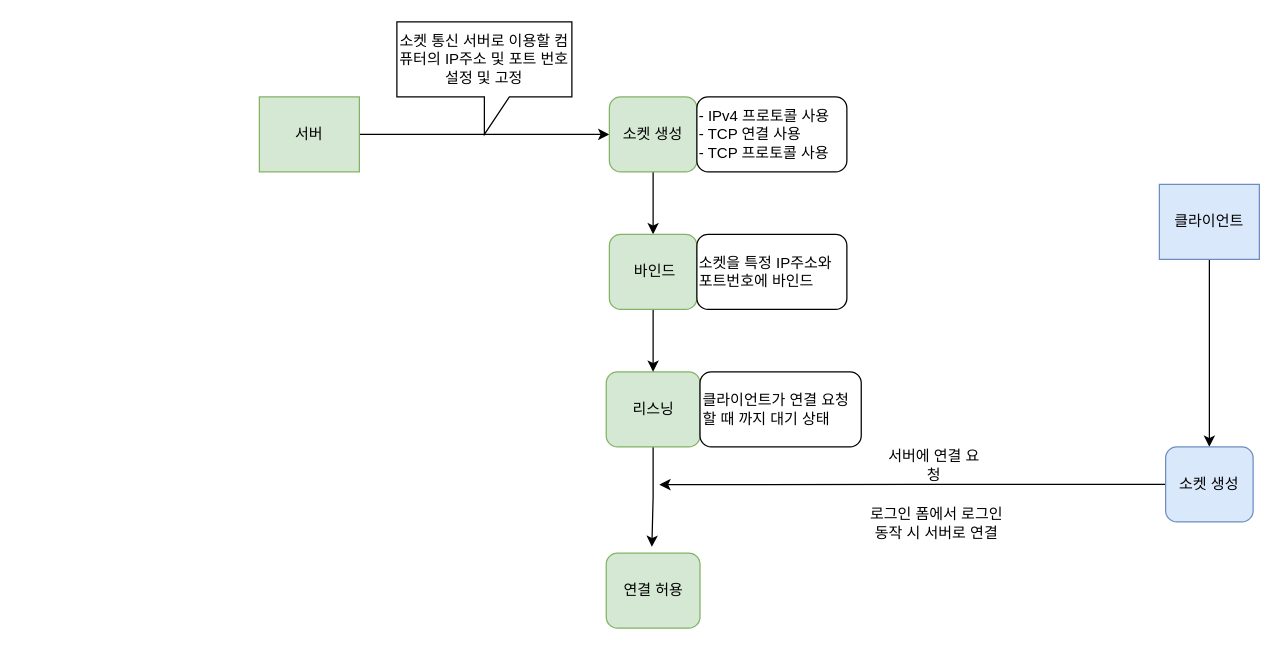
Above: 소켓 통신.drawio in jh051777/chat (draw.io), before the change. Source tidied: cells renumbered, new cells numbered last; positions are measured from the earlier drawing's top-left corner, leaving out a move shared by most shapes. Both pictures are drawn from the tidied source at 125%, with x=0, y=0 at pixel (259, 21).
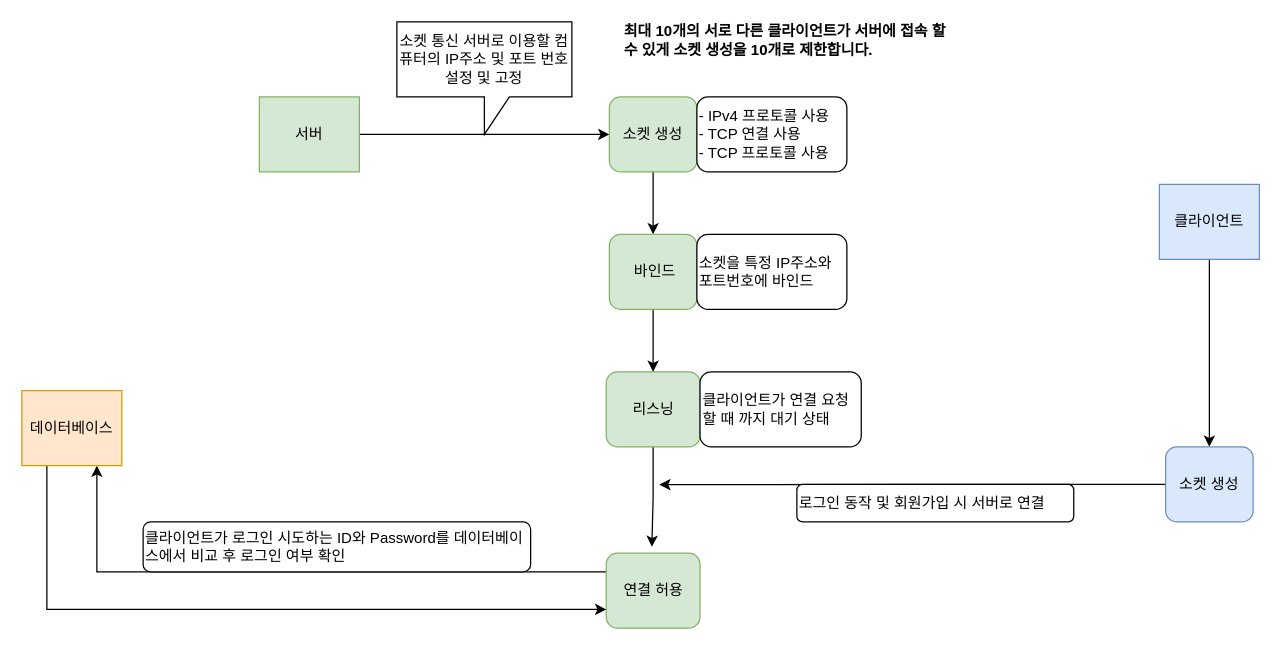
Above is the later version.

Commit message:
소켓 통신.drawio 업데이트

Unchanged cells that the change refers to:
```xml
<mxCell id="19" value="연결 허용" style="rounded=1;whiteSpace=wrap;html=1;fillColor=#d5e8d4;strokeColor=#82b366;" parent="1" vertex="1">
  <mxGeometry x="277.5" y="425" width="75" height="60" as="geometry" />
</mxCell>
```

Diff of the diagram source:
```diff
@@
-    <mxCell id="15" value="서버에 연결 요청" style="text;html=1;align=center;verticalAlign=middle;whiteSpace=wrap;rounded=0;" parent="1" vertex="1">
-      <mxGeometry x="500" y="340" width="80" height="30" as="geometry" />
-    </mxCell>
@@
+    <mxCell id="21" style="edgeStyle=orthogonalEdgeStyle;rounded=0;jettySize=auto;html=1;exitX=0;exitY=0.25;exitDx=0;exitDy=0;entryX=0.75;entryY=1;entryDx=0;entryDy=0;" parent="1" edge="1" source="19" target="24">
+      <mxGeometry relative="1" as="geometry" />
+    </mxCell>
@@
-    <mxCell id="20" value="로그인 폼에서 로그인 동작 시 서버로 연결" style="text;html=1;align=center;verticalAlign=middle;whiteSpace=wrap;rounded=0;" parent="1" vertex="1">
-      <mxGeometry x="481.5" y="380" width="120" height="41" as="geometry" />
-    </mxCell>
+    <mxCell id="22" value="최대 10개의 서로 다른 클라이언트가 서버에 접속 할 수 있게 소켓 생성을 10개로 제한합니다." style="text;html=1;align=left;verticalAlign=middle;whiteSpace=wrap;rounded=0;fontStyle=1;" parent="1" vertex="1">
+      <mxGeometry x="290" width="270" height="30" as="geometry" />
+    </mxCell>
+    <mxCell id="23" style="edgeStyle=orthogonalEdgeStyle;rounded=0;jettySize=auto;html=1;exitX=0.25;exitY=1;exitDx=0;exitDy=0;entryX=0;entryY=0.75;entryDx=0;entryDy=0;" parent="1" edge="1" source="24" target="19">
+      <mxGeometry relative="1" as="geometry" />
+    </mxCell>
+    <mxCell id="24" value="데이터베이스" style="rounded=0;whiteSpace=wrap;html=1;fillColor=#ffe6cc;strokeColor=#d79b00;" parent="1" vertex="1">
+      <mxGeometry x="-190" y="295" width="80" height="60" as="geometry" />
+    </mxCell>
+    <mxCell id="25" value="로그인 동작 및 회원가입 시 서버로 연결" style="rounded=1;whiteSpace=wrap;html=1;align=left;" parent="1" vertex="1">
+      <mxGeometry x="430" y="370" width="221.5" height="30" as="geometry" />
+    </mxCell>
+    <mxCell id="26" value="클라이언트가 로그인 시도하는 ID와 Password를 데이터베이스에서 비교 후 로그인 여부 확인" style="rounded=1;whiteSpace=wrap;html=1;align=left;" parent="1" vertex="1">
+      <mxGeometry x="-93" y="400" width="310" height="40" as="geometry" />
+    </mxCell>
```
